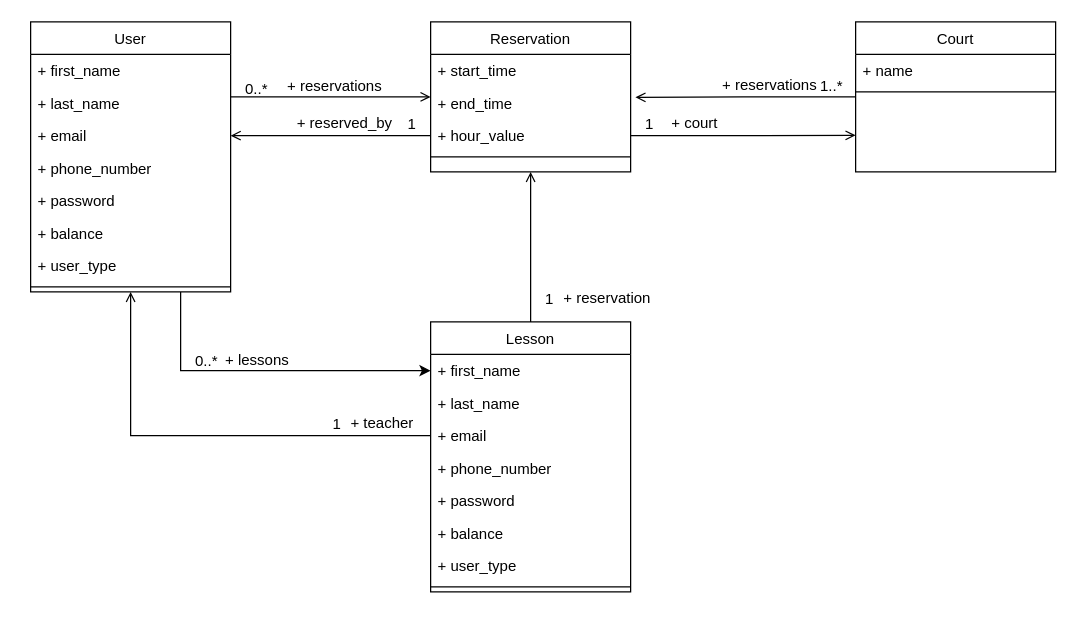
Earlier version of the draw.io diagram Untitled Diagram.drawio (p-schlickmann/async-crawler). Source tidied: cells renumbered, new cells numbered last; positions are measured from the earlier drawing's top-left corner, leaving out a move shared by most shapes. Both pictures are drawn from the tidied source at 125%, with x=0, y=0 at pixel (30, 21).
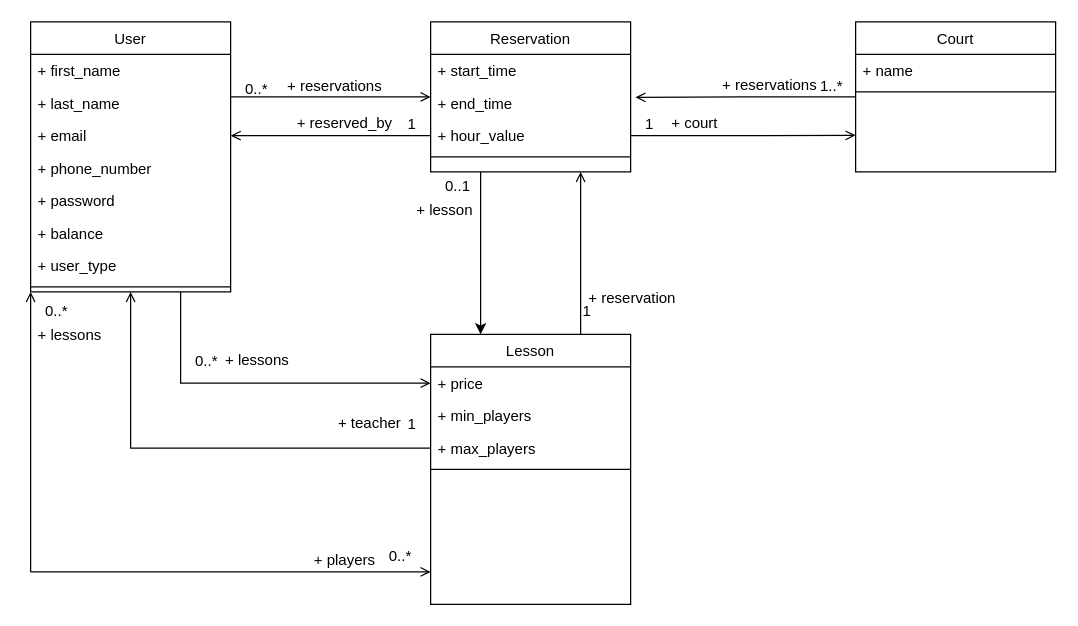
The same page after the edit.

The change refers to these unchanged cells:
```xml
<mxCell id="3" value="User" style="swimlane;fontStyle=0;align=center;verticalAlign=top;horizontal=1;startSize=26;rounded=0;shadow=0;strokeWidth=1;" parent="1" vertex="1">
  <mxGeometry width="160" height="216" as="geometry" />
</mxCell>
<mxCell id="12" value="Reservation" style="swimlane;fontStyle=0;align=center;verticalAlign=top;horizontal=1;startSize=26;rounded=0;shadow=0;strokeWidth=1;" parent="1" vertex="1">
  <mxGeometry x="320" width="160" height="120" as="geometry" />
</mxCell>
```

Diff of the diagram source:
```diff
@@
-    <mxCell id="2" style="edgeStyle=orthogonalEdgeStyle;rounded=0;jettySize=auto;html=1;exitX=0.75;exitY=1;exitDx=0;exitDy=0;entryX=0;entryY=0.5;entryDx=0;entryDy=0;" parent="1" edge="1" source="3" target="34">
+    <mxCell id="2" style="edgeStyle=orthogonalEdgeStyle;rounded=0;jettySize=auto;html=1;exitX=0.75;exitY=1;exitDx=0;exitDy=0;entryX=0;entryY=0.5;entryDx=0;entryDy=0;endArrow=open;shadow=0;strokeWidth=1;endFill=1;" parent="1" edge="1" source="3" target="34">
       <mxGeometry relative="1" as="geometry" />
     </mxCell>
@@
+    <mxCell id="49" style="edgeStyle=orthogonalEdgeStyle;rounded=0;jettySize=auto;html=1;exitX=0.25;exitY=1;exitDx=0;exitDy=0;entryX=0.25;entryY=0;entryDx=0;entryDy=0;" parent="1" edge="1" source="12" target="33">
+      <mxGeometry relative="1" as="geometry" />
+    </mxCell>
@@
-    <mxCell id="32" style="edgeStyle=orthogonalEdgeStyle;rounded=0;jettySize=auto;html=1;entryX=0.5;entryY=1;entryDx=0;entryDy=0;endArrow=open;shadow=0;strokeWidth=1;endFill=1;" parent="1" edge="1" source="33" target="12">
+    <mxCell id="32" style="edgeStyle=orthogonalEdgeStyle;rounded=0;jettySize=auto;html=1;entryX=0.75;entryY=1;entryDx=0;entryDy=0;endArrow=open;shadow=0;strokeWidth=1;endFill=1;exitX=0.75;exitY=0;exitDx=0;exitDy=0;" parent="1" edge="1" source="33" target="12">
       <mxGeometry relative="1" as="geometry" />
     </mxCell>
     <mxCell id="33" value="Lesson" style="swimlane;fontStyle=0;align=center;verticalAlign=top;horizontal=1;startSize=26;rounded=0;shadow=0;strokeWidth=1;" parent="1" vertex="1">
-      <mxGeometry x="320" y="240" width="160" height="216" as="geometry" />
+      <mxGeometry x="320" y="250" width="160" height="216" as="geometry" />
     </mxCell>
-    <mxCell id="34" value="+ first_name" style="text;align=left;verticalAlign=top;spacingLeft=4;spacingRight=4;overflow=hidden;points=[[0,0.5],[1,0.5]];portConstraint=eastwest;" parent="33" vertex="1">
+    <mxCell id="34" value="+ price" style="text;align=left;verticalAlign=top;spacingLeft=4;spacingRight=4;overflow=hidden;points=[[0,0.5],[1,0.5]];portConstraint=eastwest;" parent="33" vertex="1">
       <mxGeometry y="26" width="160" height="26" as="geometry" />
     </mxCell>
-    <mxCell id="35" value="+ last_name" style="text;align=left;verticalAlign=top;spacingLeft=4;spacingRight=4;overflow=hidden;rounded=0;shadow=0;html=0;" parent="33" vertex="1">
+    <mxCell id="35" value="+ min_players" style="text;align=left;verticalAlign=top;spacingLeft=4;spacingRight=4;overflow=hidden;rounded=0;shadow=0;html=0;" parent="33" vertex="1">
       <mxGeometry y="52" width="160" height="26" as="geometry" />
     </mxCell>
-    <mxCell id="36" value="+ email" style="text;align=left;verticalAlign=top;spacingLeft=4;spacingRight=4;overflow=hidden;points=[[0,0.5],[1,0.5]];portConstraint=eastwest;rounded=0;shadow=0;html=0;" parent="33" vertex="1">
+    <mxCell id="36" value="+ max_players" style="text;align=left;verticalAlign=top;spacingLeft=4;spacingRight=4;overflow=hidden;points=[[0,0.5],[1,0.5]];portConstraint=eastwest;rounded=0;shadow=0;html=0;" parent="33" vertex="1">
       <mxGeometry y="78" width="160" height="26" as="geometry" />
     </mxCell>
-    <mxCell id="37" value="+ phone_number&#10;" style="text;align=left;verticalAlign=top;spacingLeft=4;spacingRight=4;overflow=hidden;rounded=0;shadow=0;html=0;" parent="33" vertex="1">
-      <mxGeometry y="104" width="160" height="26" as="geometry" />
-    </mxCell>
-    <mxCell id="38" value="+ password&#10;" style="text;align=left;verticalAlign=top;spacingLeft=4;spacingRight=4;overflow=hidden;rounded=0;shadow=0;html=0;" parent="33" vertex="1">
-      <mxGeometry y="130" width="160" height="26" as="geometry" />
-    </mxCell>
-    <mxCell id="39" value="+ balance" style="text;align=left;verticalAlign=top;spacingLeft=4;spacingRight=4;overflow=hidden;rounded=0;shadow=0;html=0;" parent="33" vertex="1">
-      <mxGeometry y="156" width="160" height="26" as="geometry" />
-    </mxCell>
-    <mxCell id="40" value="+ user_type" style="text;align=left;verticalAlign=top;spacingLeft=4;spacingRight=4;overflow=hidden;rounded=0;shadow=0;html=0;" parent="33" vertex="1">
-      <mxGeometry y="182" width="160" height="26" as="geometry" />
-    </mxCell>
     <mxCell id="41" style="line;html=1;strokeWidth=1;align=left;verticalAlign=middle;spacingTop=-1;spacingLeft=3;spacingRight=3;labelPosition=right;" parent="33" vertex="1">
-      <mxGeometry y="208" width="160" height="8" as="geometry" />
+      <mxGeometry y="104" width="160" height="8" as="geometry" />
     </mxCell>
+    <mxCell id="50" style="endArrow=open;html=1;rounded=0;entryX=-0.026;entryY=0.708;entryDx=0;entryDy=0;entryPerimeter=0;shadow=0;strokeWidth=1;endFill=1;" parent="33" edge="1">
+      <mxGeometry relative="1" as="geometry">
+        <mxPoint x="-320" y="190" as="sourcePoint" />
+        <mxPoint y="190" as="targetPoint" />
+      </mxGeometry>
+    </mxCell>
     <mxCell id="42" value="1" style="align=left;verticalAlign=bottom;labelBackgroundColor=none;fontSize=12;" parent="1" vertex="1">
-      <mxGeometry x="410" y="230" as="geometry" />
+      <mxGeometry x="440" y="240" as="geometry" />
     </mxCell>
     <mxCell id="43" value="+ reservation" style="text;html=1;align=center;verticalAlign=middle;labelBackgroundColor=none;rounded=0;shadow=0;strokeWidth=1;fontSize=12;" parent="1" vertex="1">
-      <mxGeometry x="460" y="220" as="geometry" />
+      <mxGeometry x="480" y="220" as="geometry" />
     </mxCell>
@@
     <mxCell id="45" value="1" style="align=left;verticalAlign=bottom;labelBackgroundColor=none;fontSize=12;" parent="1" vertex="1">
-      <mxGeometry x="240" y="330" as="geometry" />
+      <mxGeometry x="300" y="330" as="geometry" />
     </mxCell>
     <mxCell id="46" value="+ teacher" style="text;html=1;align=center;verticalAlign=middle;labelBackgroundColor=none;rounded=0;shadow=0;strokeWidth=1;fontSize=12;" parent="1" vertex="1">
-      <mxGeometry x="280" y="320" as="geometry" />
+      <mxGeometry x="270" y="320" as="geometry" />
     </mxCell>
@@
+    <mxCell id="51" style="endArrow=open;html=1;rounded=0;entryX=0;entryY=1;entryDx=0;entryDy=0;shadow=0;strokeWidth=1;endFill=1;" parent="1" edge="1" target="3">
+      <mxGeometry relative="1" as="geometry">
+        <mxPoint y="440" as="sourcePoint" />
+      </mxGeometry>
+    </mxCell>
+    <mxCell id="52" value="0..*" style="align=left;verticalAlign=bottom;labelBackgroundColor=none;fontSize=12;" parent="1" vertex="1">
+      <mxGeometry x="10" y="240" as="geometry" />
+    </mxCell>
+    <mxCell id="53" value="0..*" style="align=left;verticalAlign=bottom;labelBackgroundColor=none;fontSize=12;" parent="1" vertex="1">
+      <mxGeometry x="180" y="320" as="geometry">
+        <mxPoint x="105" y="116" as="offset" />
+      </mxGeometry>
+    </mxCell>
+    <mxCell id="54" value="+ players" style="text;html=1;align=center;verticalAlign=middle;labelBackgroundColor=none;rounded=0;shadow=0;strokeWidth=1;fontSize=12;" parent="1" vertex="1">
+      <mxGeometry x="250" y="430" as="geometry" />
+    </mxCell>
+    <mxCell id="55" value="+ lessons" style="text;html=1;align=center;verticalAlign=middle;labelBackgroundColor=none;rounded=0;shadow=0;strokeWidth=1;fontSize=12;" parent="1" vertex="1">
+      <mxGeometry x="30" y="250" as="geometry" />
+    </mxCell>
+    <mxCell id="56" value="+ lesson" style="text;html=1;align=center;verticalAlign=middle;labelBackgroundColor=none;rounded=0;shadow=0;strokeWidth=1;fontSize=12;" parent="1" vertex="1">
+      <mxGeometry x="330" y="150" as="geometry" />
+    </mxCell>
+    <mxCell id="57" value="0..1" style="align=left;verticalAlign=bottom;labelBackgroundColor=none;fontSize=12;" parent="1" vertex="1">
+      <mxGeometry x="330" y="140" as="geometry" />
+    </mxCell>
```
